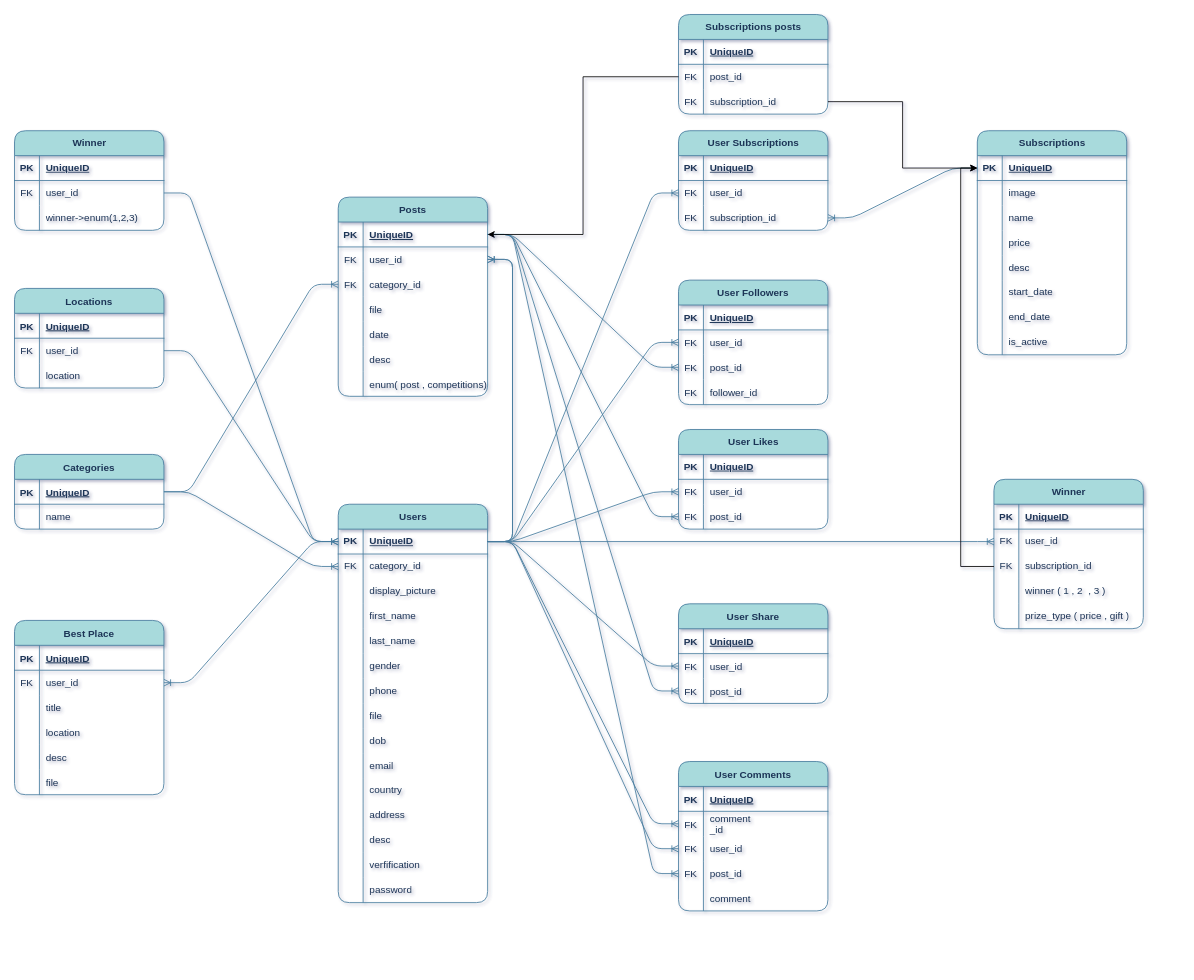
ShariqBinZaid/dashboard_drone keeps this draw.io diagram as drone.drawio. Above is the earlier version. Source tidied: cells renumbered, new cells numbered last; positions are measured from the earlier drawing's top-left corner, leaving out a move shared by most shapes. Both pictures are drawn from the tidied source at 83%, with x=0, y=0 at pixel (14, 14).
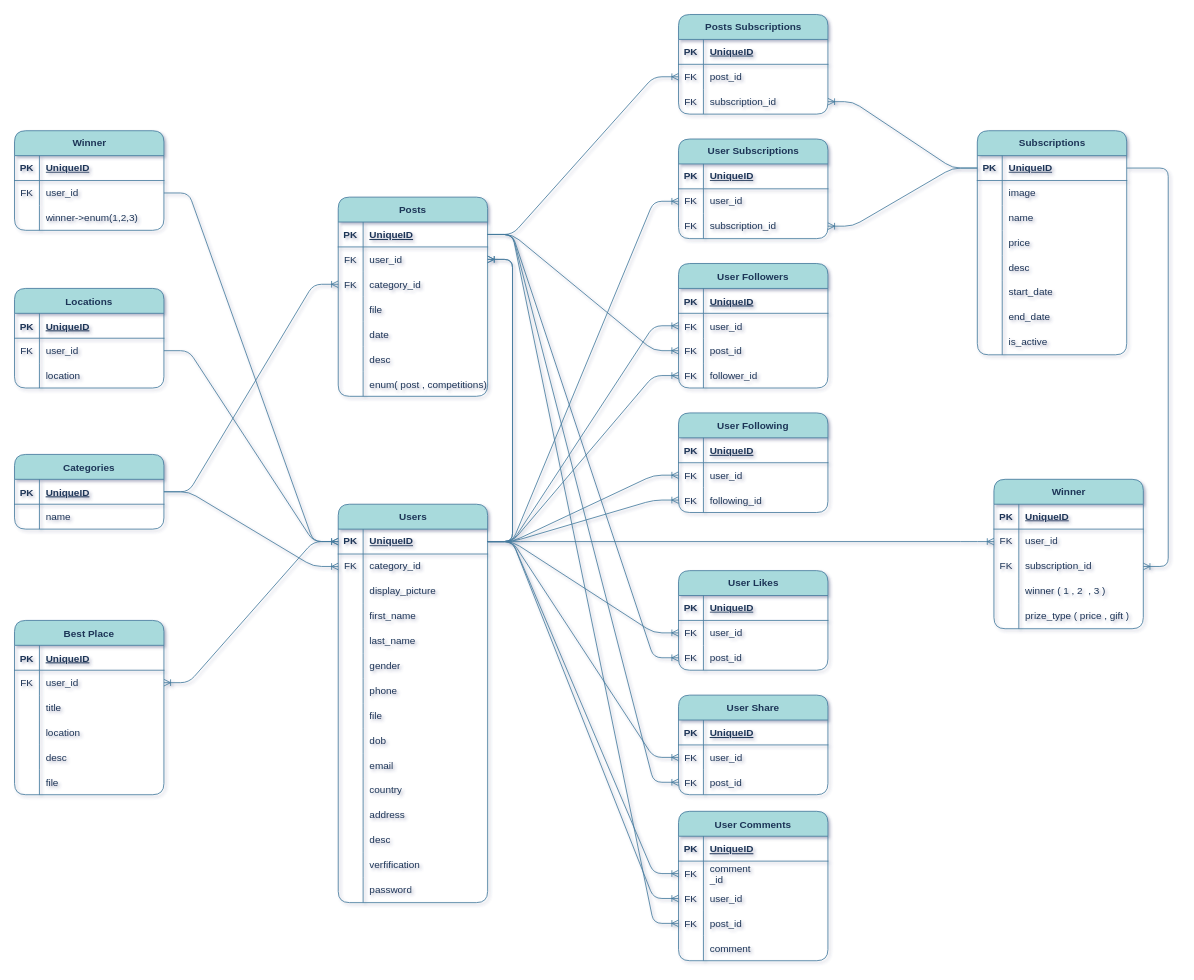
After the change.

The change refers to these unchanged cells:
```xml
<mxCell id="3" style="shape=tableRow;horizontal=0;startSize=0;swimlaneHead=0;swimlaneBody=0;fillColor=none;points=[[0,0.5],[1,0.5]];portConstraint=eastwest;top=0;left=0;right=0;bottom=1;rounded=1;labelBackgroundColor=none;strokeColor=#457B9D;fontColor=#1D3557;" parent="2" vertex="1">
  <mxGeometry y="30" width="180" height="30" as="geometry" />
</mxCell>
<mxCell id="49" style="shape=tableRow;horizontal=0;startSize=0;swimlaneHead=0;swimlaneBody=0;fillColor=none;points=[[0,0.5],[1,0.5]];portConstraint=eastwest;top=0;left=0;right=0;bottom=1;labelBackgroundColor=none;strokeColor=#457B9D;fontColor=#1D3557;rounded=1;" parent="48" vertex="1">
  <mxGeometry y="30" width="180" height="30" as="geometry" />
</mxCell>
<mxCell id="95" style="shape=tableRow;horizontal=0;startSize=0;swimlaneHead=0;swimlaneBody=0;fillColor=none;points=[[0,0.5],[1,0.5]];portConstraint=eastwest;top=0;left=0;right=0;bottom=0;rounded=1;labelBackgroundColor=none;strokeColor=#457B9D;fontColor=#1D3557;" parent="85" vertex="1">
  <mxGeometry y="120" width="180" height="30" as="geometry" />
</mxCell>
<mxCell id="130" style="shape=tableRow;horizontal=0;startSize=0;swimlaneHead=0;swimlaneBody=0;fillColor=none;points=[[0,0.5],[1,0.5]];portConstraint=eastwest;top=0;left=0;right=0;bottom=1;rounded=1;labelBackgroundColor=none;strokeColor=#457B9D;fontColor=#1D3557;" parent="129" vertex="1">
  <mxGeometry y="30" width="180" height="30" as="geometry" />
</mxCell>
<mxCell id="211" style="shape=tableRow;horizontal=0;startSize=0;swimlaneHead=0;swimlaneBody=0;fillColor=none;points=[[0,0.5],[1,0.5]];portConstraint=eastwest;top=0;left=0;right=0;bottom=0;labelBackgroundColor=none;strokeColor=#457B9D;fontColor=#1D3557;rounded=1;" parent="204" vertex="1">
  <mxGeometry y="90" width="180" height="30" as="geometry" />
</mxCell>
<mxCell id="240" style="shape=tableRow;horizontal=0;startSize=0;swimlaneHead=0;swimlaneBody=0;fillColor=none;points=[[0,0.5],[1,0.5]];portConstraint=eastwest;top=0;left=0;right=0;bottom=0;labelBackgroundColor=none;strokeColor=#457B9D;fontColor=#1D3557;rounded=1;" parent="236" vertex="1">
  <mxGeometry y="60" width="180" height="30" as="geometry" />
</mxCell>
<mxCell id="243" style="shape=tableRow;horizontal=0;startSize=0;swimlaneHead=0;swimlaneBody=0;fillColor=none;points=[[0,0.5],[1,0.5]];portConstraint=eastwest;top=0;left=0;right=0;bottom=0;labelBackgroundColor=none;strokeColor=#457B9D;fontColor=#1D3557;rounded=1;" parent="236" vertex="1">
  <mxGeometry y="90" width="180" height="30" as="geometry" />
</mxCell>
```

Diff of the diagram source:
```diff
@@
     <mxCell id="73" value="User Subscriptions" style="shape=table;startSize=30;childLayout=tableLayout;rowLines=0;fontStyle=1;align=center;html=1;labelBackgroundColor=none;fillColor=#A8DADC;strokeColor=#457B9D;fontColor=#1D3557;rounded=1;" parent="1" vertex="1">
-      <mxGeometry x="800" y="140" width="180" height="120" as="geometry" />
+      <mxGeometry x="800" y="150" width="180" height="120" as="geometry" />
     </mxCell>
@@
     <mxCell id="85" value="User Followers" style="shape=table;startSize=30;childLayout=tableLayout;rowLines=0;fontStyle=1;align=center;rounded=1;labelBackgroundColor=none;fillColor=#A8DADC;strokeColor=#457B9D;fontColor=#1D3557;" parent="1" vertex="1">
-      <mxGeometry x="800" y="320" width="180" height="150" as="geometry" />
+      <mxGeometry x="800" y="300" width="180" height="150" as="geometry" />
     </mxCell>
@@
     <mxCell id="99" value="User Likes" style="shape=table;startSize=30;childLayout=tableLayout;rowLines=0;fontStyle=1;align=center;html=1;labelBackgroundColor=none;fillColor=#A8DADC;strokeColor=#457B9D;fontColor=#1D3557;rounded=1;" parent="1" vertex="1">
-      <mxGeometry x="800" y="500" width="180" height="120" as="geometry" />
+      <mxGeometry x="800" y="670" width="180" height="120" as="geometry" />
     </mxCell>
@@
     <mxCell id="110" value="User Comments" style="shape=table;startSize=30;childLayout=tableLayout;rowLines=0;fontStyle=1;align=center;rounded=1;labelBackgroundColor=none;fillColor=#A8DADC;strokeColor=#457B9D;fontColor=#1D3557;" parent="1" vertex="1">
-      <mxGeometry x="800" y="900" width="180" height="180" as="geometry" />
+      <mxGeometry x="800" y="960" width="180" height="180" as="geometry" />
     </mxCell>
@@
     <mxCell id="160" value="User Share" style="shape=table;startSize=30;childLayout=tableLayout;rowLines=0;fontStyle=1;align=center;rounded=1;labelBackgroundColor=none;fillColor=#A8DADC;strokeColor=#457B9D;fontColor=#1D3557;" parent="1" vertex="1">
-      <mxGeometry x="800" y="710" width="180" height="120" as="geometry" />
+      <mxGeometry x="800" y="820" width="180" height="120" as="geometry" />
     </mxCell>
@@
-    <mxCell id="235" style="edgeStyle=orthogonalEdgeStyle;rounded=0;jettySize=auto;html=1;exitX=0;exitY=0.5;exitDx=0;exitDy=0;entryX=0;entryY=0.5;entryDx=0;entryDy=0;" parent="1" edge="1" source="211" target="49">
-      <mxGeometry relative="1" as="geometry" />
-    </mxCell>
-    <mxCell id="236" value="Subscriptions posts" style="shape=table;startSize=30;childLayout=tableLayout;rowLines=0;fontStyle=1;align=center;html=1;labelBackgroundColor=none;fillColor=#A8DADC;strokeColor=#457B9D;fontColor=#1D3557;rounded=1;" parent="1" vertex="1">
+    <mxCell id="236" value="Posts Subscriptions" style="shape=table;startSize=30;childLayout=tableLayout;rowLines=0;fontStyle=1;align=center;html=1;labelBackgroundColor=none;fillColor=#A8DADC;strokeColor=#457B9D;fontColor=#1D3557;rounded=1;" parent="1" vertex="1">
       <mxGeometry x="800" width="180" height="120" as="geometry" />
     </mxCell>
@@
-    <mxCell id="246" style="edgeStyle=orthogonalEdgeStyle;rounded=0;jettySize=auto;html=1;exitX=0;exitY=0.5;exitDx=0;exitDy=0;" parent="1" edge="1" source="240" target="130">
-      <mxGeometry relative="1" as="geometry" />
-    </mxCell>
-    <mxCell id="247" style="edgeStyle=orthogonalEdgeStyle;rounded=0;jettySize=auto;html=1;exitX=1;exitY=0.5;exitDx=0;exitDy=0;entryX=0;entryY=0.5;entryDx=0;entryDy=0;" parent="1" edge="1" source="243" target="49">
-      <mxGeometry relative="1" as="geometry" />
-    </mxCell>
+    <mxCell id="248" style="edgeStyle=entityRelationEdgeStyle;fontSize=12;html=1;endArrow=ERoneToMany;rounded=1;labelBackgroundColor=none;strokeColor=#457B9D;fontColor=default;" parent="1" edge="1" source="49" target="211">
+      <mxGeometry relative="1" as="geometry">
+        <Array as="points">
+          <mxPoint x="1130" y="610" />
+        </Array>
+      </mxGeometry>
+    </mxCell>
+    <mxCell id="249" style="edgeStyle=entityRelationEdgeStyle;fontSize=12;html=1;endArrow=ERoneToMany;rounded=1;labelBackgroundColor=none;strokeColor=#457B9D;fontColor=default;" parent="1" edge="1" source="49" target="243">
+      <mxGeometry relative="1" as="geometry">
+        <Array as="points">
+          <mxPoint x="1130" y="610" />
+        </Array>
+      </mxGeometry>
+    </mxCell>
+    <mxCell id="250" style="edgeStyle=entityRelationEdgeStyle;fontSize=12;html=1;endArrow=ERoneToMany;rounded=1;labelBackgroundColor=none;strokeColor=#457B9D;fontColor=default;" parent="1" edge="1" source="130" target="240">
+      <mxGeometry relative="1" as="geometry">
+        <Array as="points">
+          <mxPoint x="1140" y="620" />
+        </Array>
+      </mxGeometry>
+    </mxCell>
+    <mxCell id="251" value="User Following" style="shape=table;startSize=30;childLayout=tableLayout;rowLines=0;fontStyle=1;align=center;rounded=1;labelBackgroundColor=none;fillColor=#A8DADC;strokeColor=#457B9D;fontColor=#1D3557;" parent="1" vertex="1">
+      <mxGeometry x="800" y="480" width="180" height="120" as="geometry" />
+    </mxCell>
+    <mxCell id="252" style="shape=tableRow;horizontal=0;startSize=0;swimlaneHead=0;swimlaneBody=0;fillColor=none;top=0;left=0;right=0;bottom=1;rounded=1;labelBackgroundColor=none;strokeColor=#457B9D;fontColor=#1D3557;" parent="251" vertex="1">
+      <mxGeometry y="30" width="180" height="30" as="geometry" />
+    </mxCell>
+    <mxCell id="253" value="PK" style="shape=partialRectangle;fillColor=none;top=0;left=0;bottom=0;right=0;fontStyle=1;overflow=hidden;rounded=1;labelBackgroundColor=none;strokeColor=#457B9D;fontColor=#1D3557;" parent="252" vertex="1">
+      <mxGeometry width="30" height="30" as="geometry" />
+    </mxCell>
+    <mxCell id="254" value="UniqueID" style="shape=partialRectangle;fillColor=none;top=0;left=0;bottom=0;right=0;align=left;spacingLeft=6;fontStyle=5;overflow=hidden;rounded=1;labelBackgroundColor=none;strokeColor=#457B9D;fontColor=#1D3557;" parent="252" vertex="1">
+      <mxGeometry x="30" width="150" height="30" as="geometry" />
+    </mxCell>
+    <mxCell id="255" style="shape=tableRow;horizontal=0;startSize=0;swimlaneHead=0;swimlaneBody=0;fillColor=none;points=[[0,0.5],[1,0.5]];portConstraint=eastwest;top=0;left=0;right=0;bottom=0;rounded=1;labelBackgroundColor=none;strokeColor=#457B9D;fontColor=#1D3557;" parent="251" vertex="1">
+      <mxGeometry y="60" width="180" height="30" as="geometry" />
+    </mxCell>
+    <mxCell id="256" value="FK" style="shape=partialRectangle;fillColor=none;top=0;left=0;bottom=0;right=0;overflow=hidden;rounded=1;labelBackgroundColor=none;strokeColor=#457B9D;fontColor=#1D3557;" parent="255" vertex="1">
+      <mxGeometry width="30" height="30" as="geometry" />
+    </mxCell>
+    <mxCell id="257" value="user_id" style="shape=partialRectangle;fillColor=none;top=0;left=0;bottom=0;right=0;align=left;spacingLeft=6;overflow=hidden;rounded=1;labelBackgroundColor=none;strokeColor=#457B9D;fontColor=#1D3557;" parent="255" vertex="1">
+      <mxGeometry x="30" width="150" height="30" as="geometry" />
+    </mxCell>
+    <mxCell id="258" style="shape=tableRow;horizontal=0;startSize=0;swimlaneHead=0;swimlaneBody=0;fillColor=none;points=[[0,0.5],[1,0.5]];portConstraint=eastwest;top=0;left=0;right=0;bottom=0;rounded=1;labelBackgroundColor=none;strokeColor=#457B9D;fontColor=#1D3557;" parent="251" vertex="1">
+      <mxGeometry y="90" width="180" height="30" as="geometry" />
+    </mxCell>
+    <mxCell id="259" value="FK" style="shape=partialRectangle;fillColor=none;top=0;left=0;bottom=0;right=0;overflow=hidden;rounded=1;labelBackgroundColor=none;strokeColor=#457B9D;fontColor=#1D3557;" parent="258" vertex="1">
+      <mxGeometry width="30" height="30" as="geometry" />
+    </mxCell>
+    <mxCell id="260" value="following_id" style="shape=partialRectangle;fillColor=none;top=0;left=0;bottom=0;right=0;align=left;spacingLeft=6;overflow=hidden;rounded=1;labelBackgroundColor=none;strokeColor=#457B9D;fontColor=#1D3557;" parent="258" vertex="1">
+      <mxGeometry x="30" width="150" height="30" as="geometry" />
+    </mxCell>
+    <mxCell id="261" style="edgeStyle=entityRelationEdgeStyle;fontSize=12;html=1;endArrow=ERoneToMany;rounded=1;labelBackgroundColor=none;strokeColor=#457B9D;fontColor=default;" parent="1" edge="1" source="3" target="255">
+      <mxGeometry relative="1" as="geometry">
+        <Array as="points">
+          <mxPoint x="1150" y="630" />
+        </Array>
+      </mxGeometry>
+    </mxCell>
+    <mxCell id="262" style="edgeStyle=entityRelationEdgeStyle;fontSize=12;html=1;endArrow=ERoneToMany;rounded=1;labelBackgroundColor=none;strokeColor=#457B9D;fontColor=default;" parent="1" edge="1" source="3" target="258">
+      <mxGeometry relative="1" as="geometry">
+        <Array as="points">
+          <mxPoint x="1160" y="640" />
+        </Array>
+      </mxGeometry>
+    </mxCell>
+    <mxCell id="263" style="edgeStyle=entityRelationEdgeStyle;fontSize=12;html=1;endArrow=ERoneToMany;rounded=1;labelBackgroundColor=none;strokeColor=#457B9D;fontColor=default;" parent="1" edge="1" source="3" target="95">
+      <mxGeometry relative="1" as="geometry">
+        <Array as="points">
+          <mxPoint x="1160" y="640" />
+        </Array>
+      </mxGeometry>
+    </mxCell>
```
